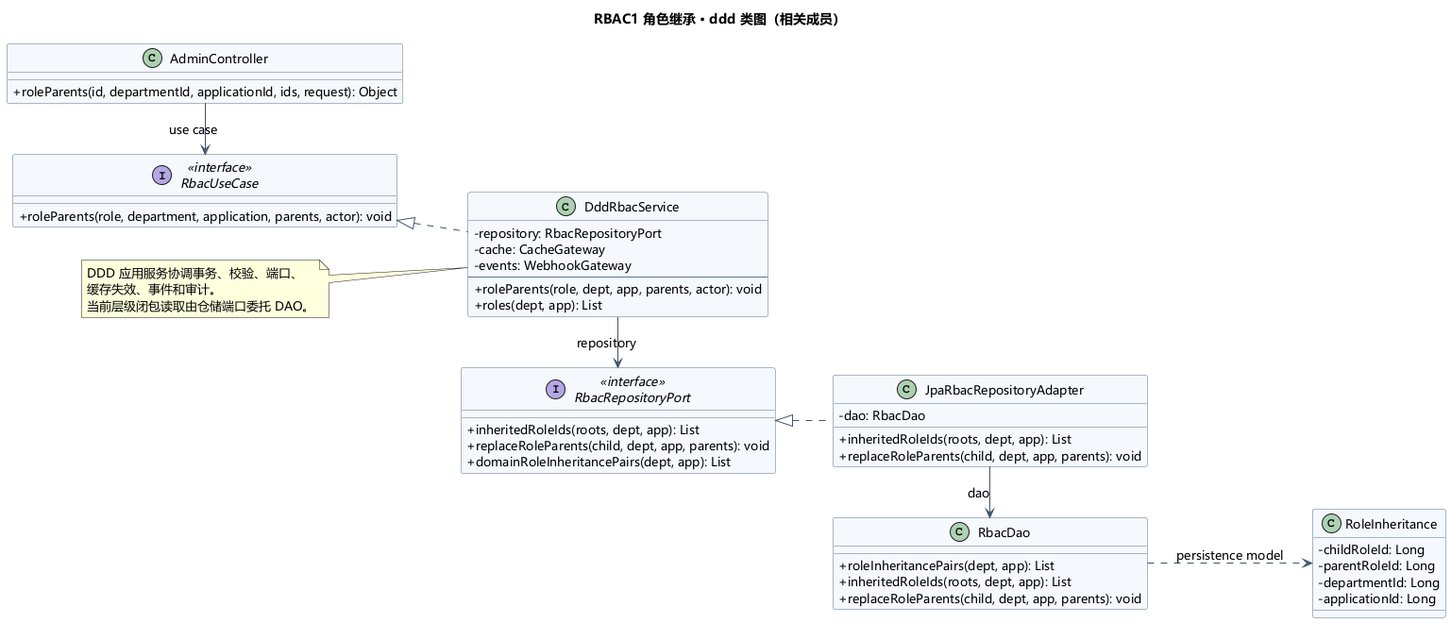
The PlantUML diagram doc/uml/role-hierarchy-ddd-class.png in JiuQi79-BOT/MelonHub, before a commit.
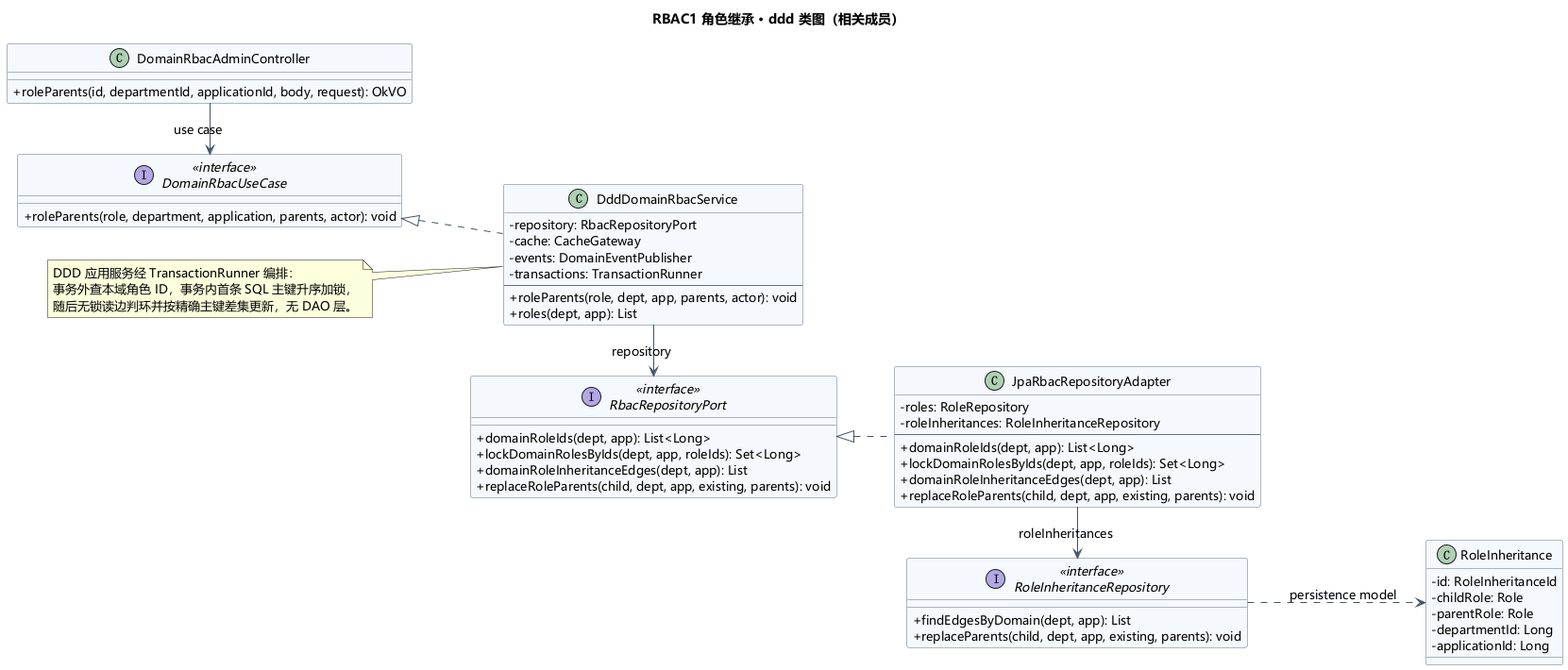
After the change.

Change to the diagram source:
```diff
@@ -14,38 +14,44 @@
 hide footbox
 title RBAC1 角色继承 · ddd 类图（相关成员）
 left to right direction
-class "AdminController" as C {
- + roleParents(id, departmentId, applicationId, ids, request): Object
+class "DomainRbacAdminController" as C {
+ + roleParents(id, departmentId, applicationId, body, request): OkVO
 }
-interface "RbacUseCase" as U <<interface>> {
+interface "DomainRbacUseCase" as U <<interface>> {
  + roleParents(role, department, application, parents, actor): void
 }
-class "DddRbacService" as S {
+class "DddDomainRbacService" as S {
  - repository: RbacRepositoryPort
  - cache: CacheGateway
- - events: WebhookGateway
+ - events: DomainEventPublisher
+ - transactions: TransactionRunner
  --
  + roleParents(role, dept, app, parents, actor): void
  + roles(dept, app): List
 }
 interface "RbacRepositoryPort" as P <<interface>> {
- + inheritedRoleIds(roots, dept, app): List
- + replaceRoleParents(child, dept, app, parents): void
- + domainRoleInheritancePairs(dept, app): List
+ + domainRoleIds(dept, app): List<Long>
+ + lockDomainRolesByIds(dept, app, roleIds): Set<Long>
+ + domainRoleInheritanceEdges(dept, app): List
+ + replaceRoleParents(child, dept, app, existing, parents): void
 }
 class "JpaRbacRepositoryAdapter" as A {
- - dao: RbacDao
- + inheritedRoleIds(roots, dept, app): List
- + replaceRoleParents(child, dept, app, parents): void
+ - roles: RoleRepository
+ - roleInheritances: RoleInheritanceRepository
+ --
+ + domainRoleIds(dept, app): List<Long>
+ + lockDomainRolesByIds(dept, app, roleIds): Set<Long>
+ + domainRoleInheritanceEdges(dept, app): List
+ + replaceRoleParents(child, dept, app, existing, parents): void
 }
-class "RbacDao" as D {
- + roleInheritancePairs(dept, app): List
- + inheritedRoleIds(roots, dept, app): List
- + replaceRoleParents(child, dept, app, parents): void
+interface "RoleInheritanceRepository" as RIR <<interface>> {
+ + findEdgesByDomain(dept, app): List
+ + replaceParents(child, dept, app, existing, parents): void
 }
 class "RoleInheritance" as RI {
- - childRoleId: Long
- - parentRoleId: Long
+ - id: RoleInheritanceId
+ - childRole: Role
+ - parentRole: Role
  - departmentId: Long
  - applicationId: Long
 }
@@ -53,11 +59,11 @@
 S .up.|> U
 S -right-> P : repository
 A .up.|> P
-A -right-> D : dao
-D .down.> RI : persistence model
+A -right-> RIR : roleInheritances
+RIR .down.> RI : persistence model
 note left of S
-DDD 应用服务协调事务、校验、端口、
-缓存失效、事件和审计。
-当前层级闭包读取由仓储端口委托 DAO。
+DDD 应用服务经 TransactionRunner 编排：
+事务外查本域角色 ID，事务内首条 SQL 主键升序加锁，
+随后无锁读边判环并按精确主键差集更新，无 DAO 层。
 end note
 @enduml
```
